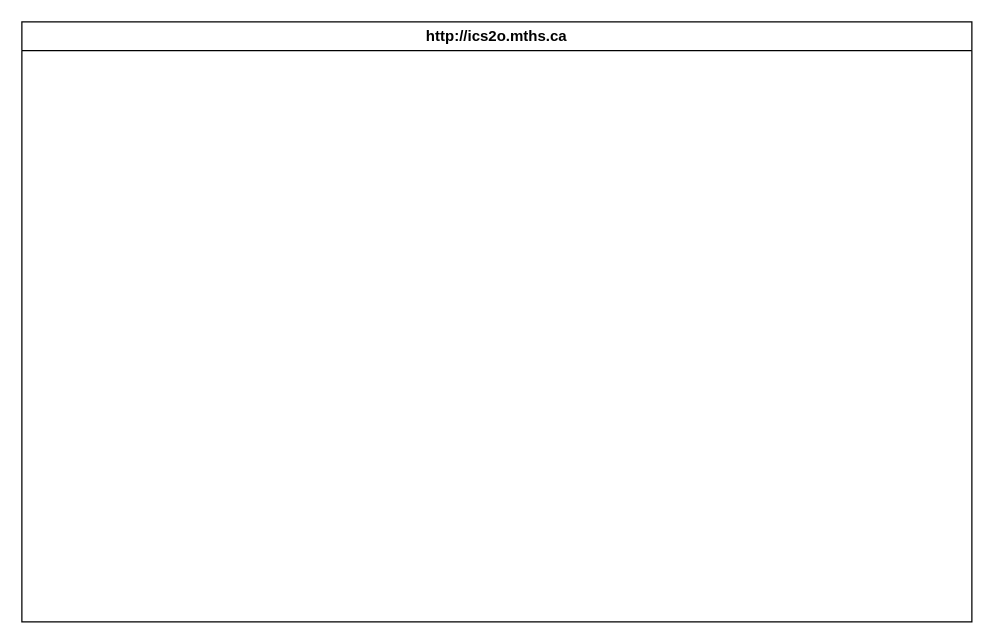
Above: design/storyboard.drawio in MTHS-ICS2O-2-2022/ICS2O-Unit-5-07-jakub-malhotra (draw.io), before the change. Source tidied: cells renumbered, new cells numbered last; positions are measured from the earlier drawing's top-left corner, leaving out a move shared by most shapes. Both pictures are drawn from the tidied source at 125%, with x=0, y=0 at pixel (21, 21).
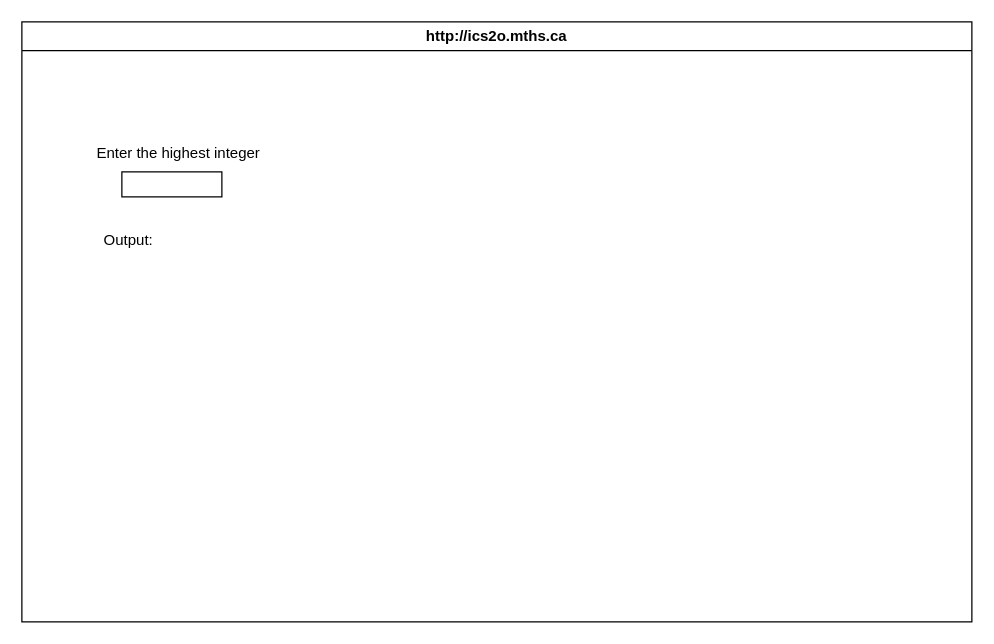
The same page after the edit.

The edit, as a diff of the source:
```diff
@@
 <mxGraphModel>
   <root>
     <mxCell id="0" />
     <mxCell id="1" parent="0" />
     <mxCell id="2" value="http://ics2o.mths.ca" style="swimlane;whiteSpace=wrap;html=1;" parent="1" vertex="1">
       <mxGeometry width="760" height="480" as="geometry" />
     </mxCell>
+    <mxCell id="3" value="Enter the highest integer" style="text;html=1;align=center;verticalAlign=middle;strokeColor=none;fillColor=none;" parent="2" vertex="1">
+      <mxGeometry x="50" y="90" width="150" height="30" as="geometry" />
+    </mxCell>
+    <mxCell id="4" value="Output:" style="text;html=1;align=center;verticalAlign=middle;strokeColor=none;fillColor=none;" parent="2" vertex="1">
+      <mxGeometry x="55" y="160" width="60" height="30" as="geometry" />
+    </mxCell>
+    <mxCell id="5" style="whiteSpace=wrap;html=1;" parent="2" vertex="1">
+      <mxGeometry x="80" y="120" width="80" height="20" as="geometry" />
+    </mxCell>
   </root>
 </mxGraphModel>
```
